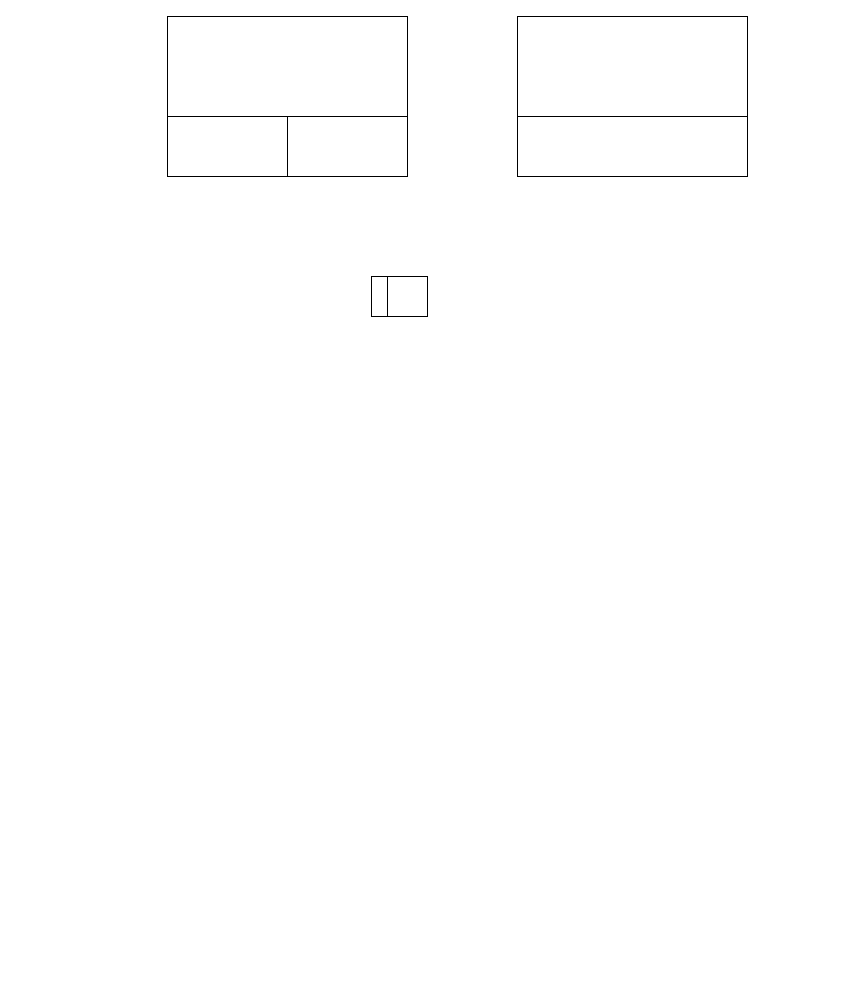
The draw.io diagram Диаграмма без названия.drawio in Daniilchik/drawio1, before the edit. Source tidied: cells renumbered, new cells numbered last; positions are measured from the earlier drawing's top-left corner, leaving out a move shared by most shapes. Both pictures are drawn from the tidied source at 100%, with x=0, y=0 at pixel (167, 16).
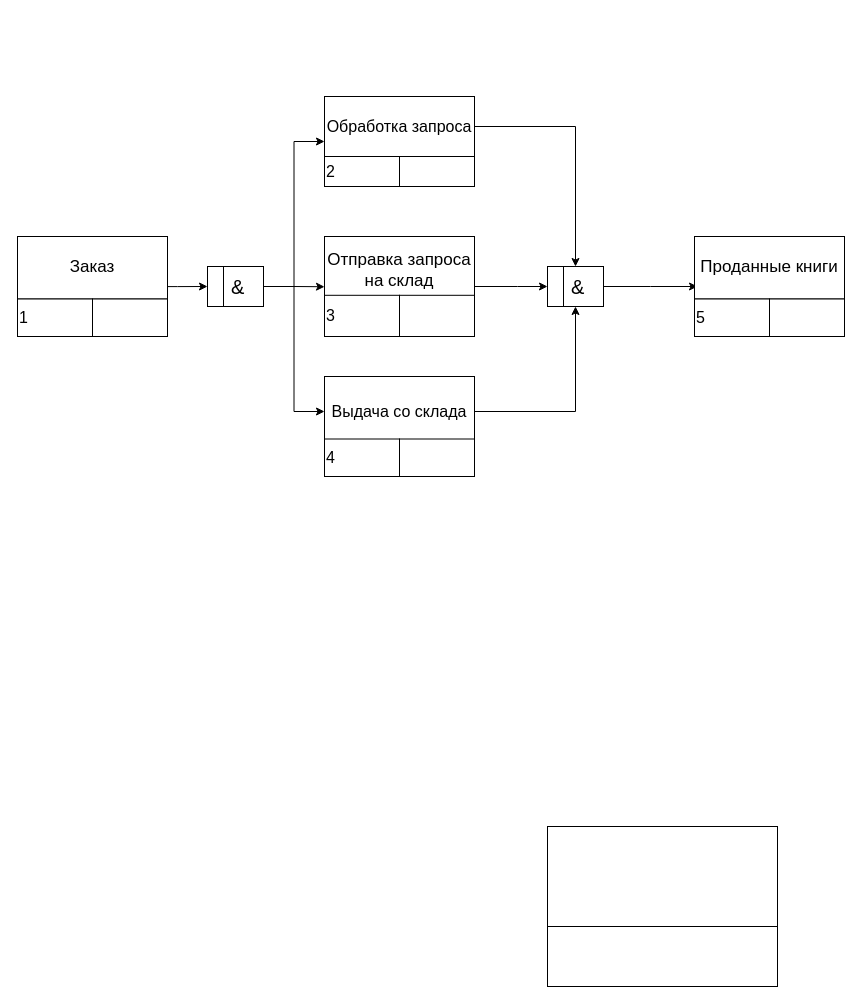
The same page after the edit.

The change refers to these unchanged cells:
```xml
<mxCell id="11" style="rounded=0;whiteSpace=wrap;html=1;" parent="9" vertex="1">
  <mxGeometry width="16" height="40" as="geometry" />
</mxCell>
```

The edit, as a diff of the source:
```diff
@@
     <mxCell id="2" style="group;" parent="1" vertex="1">
-      <mxGeometry width="240" height="160" as="geometry" />
+      <mxGeometry x="157" y="90" width="150" height="80" as="geometry" />
     </mxCell>
-    <mxCell id="3" style="rounded=0;whiteSpace=wrap;html=1;" parent="2" vertex="1">
-      <mxGeometry width="240" height="160" as="geometry" />
+    <mxCell id="3" value="&lt;font style=&quot;font-size: 16px;&quot;&gt;Обработка запроса&lt;/font&gt;" style="rounded=0;whiteSpace=wrap;html=1;align=center;" parent="2" vertex="1">
+      <mxGeometry y="-10" width="150" height="60" as="geometry" />
     </mxCell>
-    <mxCell id="4" style="rounded=0;whiteSpace=wrap;html=1;" parent="2" vertex="1">
-      <mxGeometry y="100" width="120" height="60" as="geometry" />
+    <mxCell id="4" value="&lt;font style=&quot;font-size: 16px;&quot;&gt;2&lt;/font&gt;" style="rounded=0;whiteSpace=wrap;html=1;align=left;" parent="2" vertex="1">
+      <mxGeometry y="50" width="75" height="30" as="geometry" />
     </mxCell>
     <mxCell id="5" style="rounded=0;whiteSpace=wrap;html=1;" parent="2" vertex="1">
-      <mxGeometry x="120" y="100" width="120" height="60" as="geometry" />
+      <mxGeometry x="75" y="50" width="75" height="30" as="geometry" />
     </mxCell>
     <mxCell id="6" style="group;" parent="1" vertex="1">
-      <mxGeometry x="350" width="230" height="160" as="geometry" />
+      <mxGeometry x="380" y="810" width="230" height="160" as="geometry" />
     </mxCell>
@@
     <mxCell id="9" style="group;" parent="1" vertex="1">
-      <mxGeometry x="204" y="260" width="56" height="40" as="geometry" />
+      <mxGeometry x="380" y="250" width="56" height="40" as="geometry" />
     </mxCell>
+    <mxCell id="12" style="edgeStyle=orthogonalEdgeStyle;rounded=0;jettySize=auto;html=1;" parent="9" edge="1" source="10">
+      <mxGeometry relative="1" as="geometry">
+        <mxPoint x="150" y="20" as="targetPoint" />
+      </mxGeometry>
+    </mxCell>
-    <mxCell id="10" style="rounded=0;whiteSpace=wrap;html=1;" parent="9" vertex="1">
+    <mxCell id="10" value="&lt;font style=&quot;font-size: 20px;&quot;&gt;&amp;nbsp;&amp;amp;&lt;/font&gt;" style="rounded=0;whiteSpace=wrap;html=1;" parent="9" vertex="1">
       <mxGeometry width="56" height="40" as="geometry" />
     </mxCell>
@@
+    <mxCell id="13" style="group;" parent="1" vertex="1">
+      <mxGeometry x="157" y="210" width="150" height="110" as="geometry" />
+    </mxCell>
+    <mxCell id="14" value="&lt;font style=&quot;font-size: 17px;&quot;&gt;Отправка запроса на склад&lt;/font&gt;" style="rounded=0;whiteSpace=wrap;html=1;" parent="13" vertex="1">
+      <mxGeometry y="10" width="150" height="67" as="geometry" />
+    </mxCell>
+    <mxCell id="15" value="&lt;font style=&quot;font-size: 16px;&quot;&gt;3&lt;/font&gt;" style="rounded=0;whiteSpace=wrap;html=1;align=left;" parent="13" vertex="1">
+      <mxGeometry y="68.8" width="75" height="41.2" as="geometry" />
+    </mxCell>
+    <mxCell id="16" style="rounded=0;whiteSpace=wrap;html=1;" parent="13" vertex="1">
+      <mxGeometry x="75" y="68.8" width="75" height="41.2" as="geometry" />
+    </mxCell>
+    <mxCell id="17" style="group;" parent="1" vertex="1">
+      <mxGeometry x="157" y="360" width="150" height="100" as="geometry" />
+    </mxCell>
+    <mxCell id="18" value="&lt;font style=&quot;font-size: 16px;&quot;&gt;Выдача со склада&lt;/font&gt;" style="rounded=0;whiteSpace=wrap;html=1;" parent="17" vertex="1">
+      <mxGeometry width="150" height="70" as="geometry" />
+    </mxCell>
+    <mxCell id="19" value="&lt;font style=&quot;font-size: 16px;&quot;&gt;4&lt;/font&gt;" style="rounded=0;whiteSpace=wrap;html=1;align=left;" parent="17" vertex="1">
+      <mxGeometry y="62.5" width="75" height="37.5" as="geometry" />
+    </mxCell>
+    <mxCell id="20" style="rounded=0;whiteSpace=wrap;html=1;" parent="17" vertex="1">
+      <mxGeometry x="75" y="62.5" width="75" height="37.5" as="geometry" />
+    </mxCell>
+    <mxCell id="21" style="edgeStyle=orthogonalEdgeStyle;rounded=0;jettySize=auto;html=1;entryX=0.5;entryY=0;entryDx=0;entryDy=0;" parent="1" edge="1" source="3" target="10">
+      <mxGeometry relative="1" as="geometry" />
+    </mxCell>
+    <mxCell id="22" style="edgeStyle=orthogonalEdgeStyle;rounded=0;jettySize=auto;html=1;entryX=0;entryY=0.5;entryDx=0;entryDy=0;" parent="1" edge="1" source="14" target="11">
+      <mxGeometry relative="1" as="geometry">
+        <Array as="points">
+          <mxPoint x="350" y="270" />
+          <mxPoint x="350" y="270" />
+        </Array>
+      </mxGeometry>
+    </mxCell>
+    <mxCell id="23" style="group;" parent="1" vertex="1">
+      <mxGeometry x="527" y="220" width="150" height="100" as="geometry" />
+    </mxCell>
+    <mxCell id="24" value="&lt;font style=&quot;font-size: 17px;&quot;&gt;Проданные книги&lt;/font&gt;" style="rounded=0;whiteSpace=wrap;html=1;" parent="23" vertex="1">
+      <mxGeometry width="150" height="62.5" as="geometry" />
+    </mxCell>
+    <mxCell id="25" value="&lt;font style=&quot;font-size: 16px;&quot;&gt;5&lt;/font&gt;" style="rounded=0;whiteSpace=wrap;html=1;align=left;" parent="23" vertex="1">
+      <mxGeometry y="62.5" width="75" height="37.5" as="geometry" />
+    </mxCell>
+    <mxCell id="26" style="rounded=0;whiteSpace=wrap;html=1;" parent="23" vertex="1">
+      <mxGeometry x="75" y="62.5" width="75" height="37.5" as="geometry" />
+    </mxCell>
+    <mxCell id="27" style="edgeStyle=orthogonalEdgeStyle;rounded=0;jettySize=auto;html=1;entryX=0.5;entryY=1;entryDx=0;entryDy=0;" parent="1" edge="1" source="18" target="10">
+      <mxGeometry relative="1" as="geometry" />
+    </mxCell>
+    <mxCell id="28" style="group;" parent="1" vertex="1">
+      <mxGeometry x="40" y="250" width="56" height="40" as="geometry" />
+    </mxCell>
+    <mxCell id="29" value="&lt;font style=&quot;font-size: 20px;&quot;&gt;&amp;nbsp;&amp;amp;&lt;/font&gt;" style="rounded=0;whiteSpace=wrap;html=1;" parent="28" vertex="1">
+      <mxGeometry width="56" height="40" as="geometry" />
+    </mxCell>
+    <mxCell id="30" style="rounded=0;whiteSpace=wrap;html=1;" parent="28" vertex="1">
+      <mxGeometry width="16" height="40" as="geometry" />
+    </mxCell>
+    <mxCell id="31" style="edgeStyle=orthogonalEdgeStyle;rounded=0;jettySize=auto;html=1;entryX=0;entryY=0.75;entryDx=0;entryDy=0;" parent="1" edge="1" source="29" target="3">
+      <mxGeometry relative="1" as="geometry" />
+    </mxCell>
+    <mxCell id="32" style="edgeStyle=orthogonalEdgeStyle;rounded=0;jettySize=auto;html=1;entryX=0;entryY=0.75;entryDx=0;entryDy=0;" parent="1" edge="1" source="29" target="14">
+      <mxGeometry relative="1" as="geometry" />
+    </mxCell>
+    <mxCell id="33" style="edgeStyle=orthogonalEdgeStyle;rounded=0;jettySize=auto;html=1;entryX=1;entryY=0.5;entryDx=0;entryDy=0;endArrow=none;endFill=0;startArrow=classic;startFill=1;" parent="1" edge="1" source="18" target="29">
+      <mxGeometry relative="1" as="geometry" />
+    </mxCell>
+    <mxCell id="34" style="edgeStyle=orthogonalEdgeStyle;rounded=0;jettySize=auto;html=1;entryX=0;entryY=0.5;entryDx=0;entryDy=0;" parent="1" edge="1" target="30">
+      <mxGeometry relative="1" as="geometry">
+        <mxPoint y="270.1" as="sourcePoint" />
+        <Array as="points">
+          <mxPoint x="10" y="270" />
+          <mxPoint x="10" y="270" />
+        </Array>
+      </mxGeometry>
+    </mxCell>
+    <mxCell id="35" style="group;" parent="1" vertex="1">
+      <mxGeometry x="-150" y="220" width="150" height="100" as="geometry" />
+    </mxCell>
+    <mxCell id="36" value="&lt;font style=&quot;font-size: 17px;&quot;&gt;Заказ&lt;/font&gt;" style="rounded=0;whiteSpace=wrap;html=1;" parent="35" vertex="1">
+      <mxGeometry width="150" height="62.5" as="geometry" />
+    </mxCell>
+    <mxCell id="37" value="&lt;font style=&quot;font-size: 16px;&quot;&gt;1&lt;/font&gt;" style="rounded=0;whiteSpace=wrap;html=1;align=left;" parent="35" vertex="1">
+      <mxGeometry y="62.5" width="75" height="37.5" as="geometry" />
+    </mxCell>
+    <mxCell id="38" style="rounded=0;whiteSpace=wrap;html=1;" parent="35" vertex="1">
+      <mxGeometry x="75" y="62.5" width="75" height="37.5" as="geometry" />
+    </mxCell>
```
